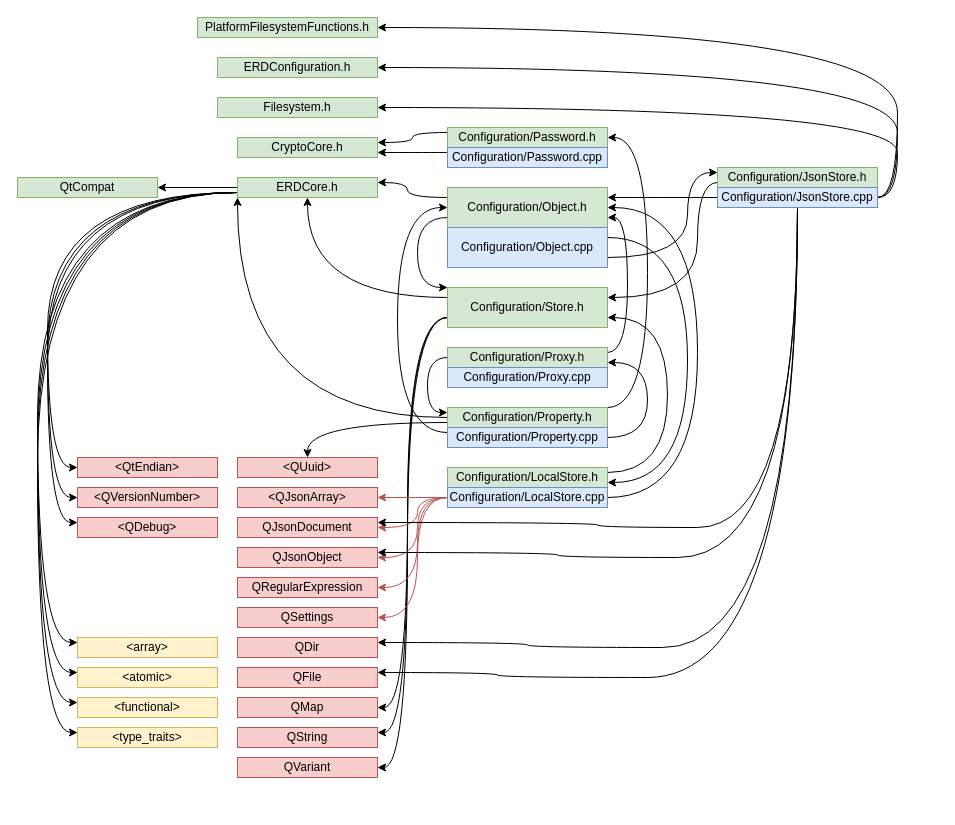
The draw.io diagram ERD Зависимости.drawio in OMRKiruha/Diagramms, before the edit. Source tidied: cells renumbered, new cells numbered last; positions are measured from the earlier drawing's top-left corner, leaving out a move shared by most shapes. Both pictures are drawn from the tidied source at 100%, with x=0, y=0 at pixel (17, 17).
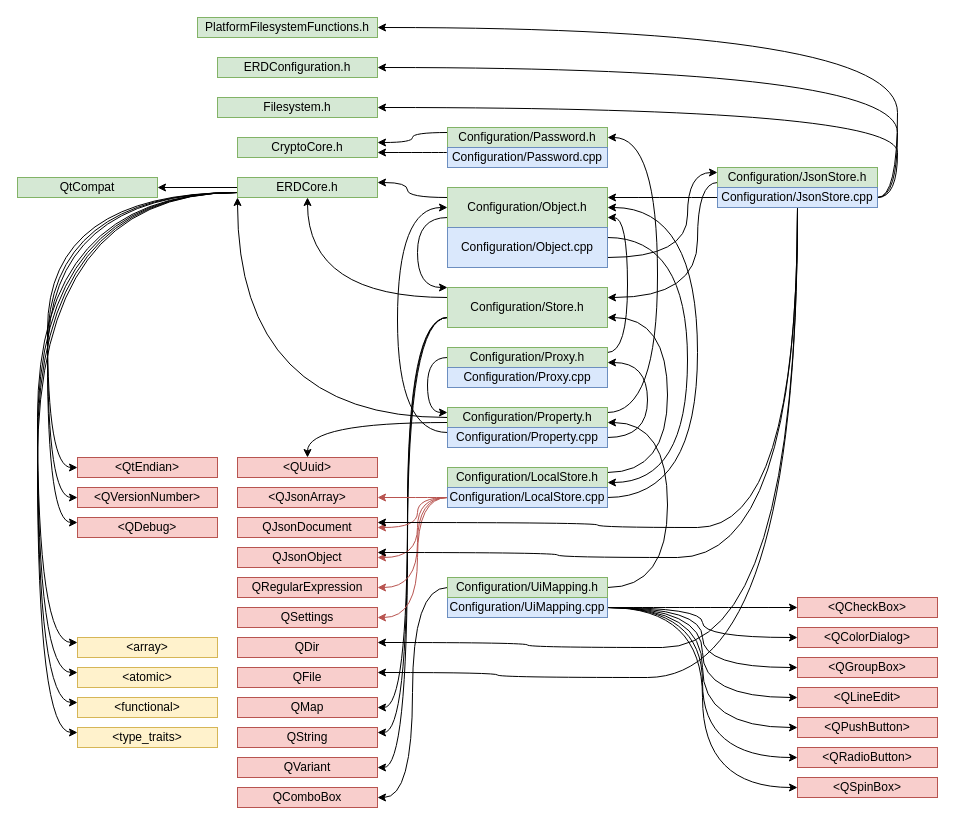
The same page after the edit.

The change refers to these unchanged cells:
```xml
<mxCell id="29" value="Configuration/Property.h" style="rounded=0;whiteSpace=wrap;html=1;fillColor=#d5e8d4;strokeColor=#82b366;" parent="1" vertex="1">
  <mxGeometry x="430" y="390" width="160" height="20" as="geometry" />
</mxCell>
<mxCell id="35" value="Configuration/Password.h" style="rounded=0;whiteSpace=wrap;html=1;fillColor=#d5e8d4;strokeColor=#82b366;" parent="1" vertex="1">
  <mxGeometry x="430" y="110" width="160" height="20" as="geometry" />
</mxCell>
```

What changed in the source:
```diff
@@
-    <mxCell id="28" style="edgeStyle=orthogonalEdgeStyle;jettySize=auto;html=1;exitX=1;exitY=0;exitDx=0;exitDy=0;entryX=1;entryY=0.5;entryDx=0;entryDy=0;curved=1;" parent="1" edge="1" source="29" target="35">
+    <mxCell id="28" style="edgeStyle=orthogonalEdgeStyle;jettySize=auto;html=1;exitX=1;exitY=0.25;exitDx=0;exitDy=0;entryX=1;entryY=0.5;entryDx=0;entryDy=0;curved=1;" parent="1" edge="1" source="29" target="35">
       <mxGeometry relative="1" as="geometry">
         <Array as="points">
-          <mxPoint x="630" y="390" />
-          <mxPoint x="630" y="120" />
+          <mxPoint x="640" y="395" />
+          <mxPoint x="640" y="120" />
         </Array>
       </mxGeometry>
     </mxCell>
@@
+    <mxCell id="80" style="edgeStyle=orthogonalEdgeStyle;curved=1;jettySize=auto;html=1;exitX=1;exitY=0.5;exitDx=0;exitDy=0;strokeColor=default;" parent="1" edge="1" source="87" target="92">
+      <mxGeometry relative="1" as="geometry" />
+    </mxCell>
+    <mxCell id="81" style="edgeStyle=orthogonalEdgeStyle;curved=1;jettySize=auto;html=1;exitX=1;exitY=0.5;exitDx=0;exitDy=0;entryX=0;entryY=0.5;entryDx=0;entryDy=0;strokeColor=default;" parent="1" edge="1" source="87" target="93">
+      <mxGeometry relative="1" as="geometry" />
+    </mxCell>
+    <mxCell id="82" style="edgeStyle=orthogonalEdgeStyle;curved=1;jettySize=auto;html=1;exitX=1;exitY=0.5;exitDx=0;exitDy=0;entryX=0;entryY=0.5;entryDx=0;entryDy=0;strokeColor=default;" parent="1" edge="1" source="87" target="94">
+      <mxGeometry relative="1" as="geometry" />
+    </mxCell>
+    <mxCell id="83" style="edgeStyle=orthogonalEdgeStyle;curved=1;jettySize=auto;html=1;exitX=1;exitY=0.5;exitDx=0;exitDy=0;entryX=0;entryY=0.5;entryDx=0;entryDy=0;strokeColor=default;" parent="1" edge="1" source="87" target="95">
+      <mxGeometry relative="1" as="geometry" />
+    </mxCell>
+    <mxCell id="84" style="edgeStyle=orthogonalEdgeStyle;curved=1;jettySize=auto;html=1;exitX=1;exitY=0.5;exitDx=0;exitDy=0;entryX=0;entryY=0.5;entryDx=0;entryDy=0;strokeColor=default;" parent="1" edge="1" source="87" target="96">
+      <mxGeometry relative="1" as="geometry" />
+    </mxCell>
+    <mxCell id="85" style="edgeStyle=orthogonalEdgeStyle;curved=1;jettySize=auto;html=1;exitX=1;exitY=0.5;exitDx=0;exitDy=0;entryX=0;entryY=0.5;entryDx=0;entryDy=0;strokeColor=default;" parent="1" edge="1" source="87" target="97">
+      <mxGeometry relative="1" as="geometry" />
+    </mxCell>
+    <mxCell id="86" style="edgeStyle=orthogonalEdgeStyle;curved=1;jettySize=auto;html=1;exitX=1;exitY=0.5;exitDx=0;exitDy=0;entryX=0;entryY=0.5;entryDx=0;entryDy=0;strokeColor=default;" parent="1" edge="1" source="87" target="98">
+      <mxGeometry relative="1" as="geometry" />
+    </mxCell>
+    <mxCell id="87" value="Configuration/UiMapping.cpp" style="rounded=0;whiteSpace=wrap;html=1;fillColor=#dae8fc;strokeColor=#6c8ebf;" parent="1" vertex="1">
+      <mxGeometry x="430" y="580" width="160" height="20" as="geometry" />
+    </mxCell>
+    <mxCell id="88" style="edgeStyle=orthogonalEdgeStyle;curved=1;jettySize=auto;html=1;exitX=1;exitY=0.5;exitDx=0;exitDy=0;entryX=1;entryY=0.75;entryDx=0;entryDy=0;strokeColor=default;" parent="1" edge="1" source="90" target="29">
+      <mxGeometry relative="1" as="geometry">
+        <Array as="points">
+          <mxPoint x="650" y="570" />
+          <mxPoint x="650" y="405" />
+        </Array>
+      </mxGeometry>
+    </mxCell>
+    <mxCell id="89" style="edgeStyle=orthogonalEdgeStyle;curved=1;jettySize=auto;html=1;exitX=0;exitY=0.5;exitDx=0;exitDy=0;entryX=1;entryY=0.5;entryDx=0;entryDy=0;strokeColor=default;" parent="1" edge="1" source="90" target="91">
+      <mxGeometry relative="1" as="geometry" />
+    </mxCell>
+    <mxCell id="90" value="Configuration/UiMapping.h" style="rounded=0;whiteSpace=wrap;html=1;fillColor=#d5e8d4;strokeColor=#82b366;" parent="1" vertex="1">
+      <mxGeometry x="430" y="560" width="160" height="20" as="geometry" />
+    </mxCell>
+    <mxCell id="91" value="QComboBox" style="rounded=0;whiteSpace=wrap;html=1;fillColor=#f8cecc;strokeColor=#b85450;" parent="1" vertex="1">
+      <mxGeometry x="220" y="770" width="140" height="20" as="geometry" />
+    </mxCell>
+    <mxCell id="92" value="&amp;lt;QCheckBox&amp;gt;" style="rounded=0;whiteSpace=wrap;html=1;fillColor=#f8cecc;strokeColor=#b85450;" parent="1" vertex="1">
+      <mxGeometry x="780" y="580" width="140" height="20" as="geometry" />
+    </mxCell>
+    <mxCell id="93" value="&amp;lt;QColorDialog&amp;gt;" style="rounded=0;whiteSpace=wrap;html=1;fillColor=#f8cecc;strokeColor=#b85450;" parent="1" vertex="1">
+      <mxGeometry x="780" y="610" width="140" height="20" as="geometry" />
+    </mxCell>
+    <mxCell id="94" value="&amp;lt;QGroupBox&amp;gt;" style="rounded=0;whiteSpace=wrap;html=1;fillColor=#f8cecc;strokeColor=#b85450;" parent="1" vertex="1">
+      <mxGeometry x="780" y="640" width="140" height="20" as="geometry" />
+    </mxCell>
+    <mxCell id="95" value="&amp;lt;QLineEdit&amp;gt;" style="rounded=0;whiteSpace=wrap;html=1;fillColor=#f8cecc;strokeColor=#b85450;" parent="1" vertex="1">
+      <mxGeometry x="780" y="670" width="140" height="20" as="geometry" />
+    </mxCell>
+    <mxCell id="96" value="&amp;lt;QPushButton&amp;gt;" style="rounded=0;whiteSpace=wrap;html=1;fillColor=#f8cecc;strokeColor=#b85450;" parent="1" vertex="1">
+      <mxGeometry x="780" y="700" width="140" height="20" as="geometry" />
+    </mxCell>
+    <mxCell id="97" value="&amp;lt;QRadioButton&amp;gt;" style="rounded=0;whiteSpace=wrap;html=1;fillColor=#f8cecc;strokeColor=#b85450;" parent="1" vertex="1">
+      <mxGeometry x="780" y="730" width="140" height="20" as="geometry" />
+    </mxCell>
+    <mxCell id="98" value="&amp;lt;QSpinBox&amp;gt;" style="rounded=0;whiteSpace=wrap;html=1;fillColor=#f8cecc;strokeColor=#b85450;" parent="1" vertex="1">
+      <mxGeometry x="780" y="760" width="140" height="20" as="geometry" />
+    </mxCell>
```
